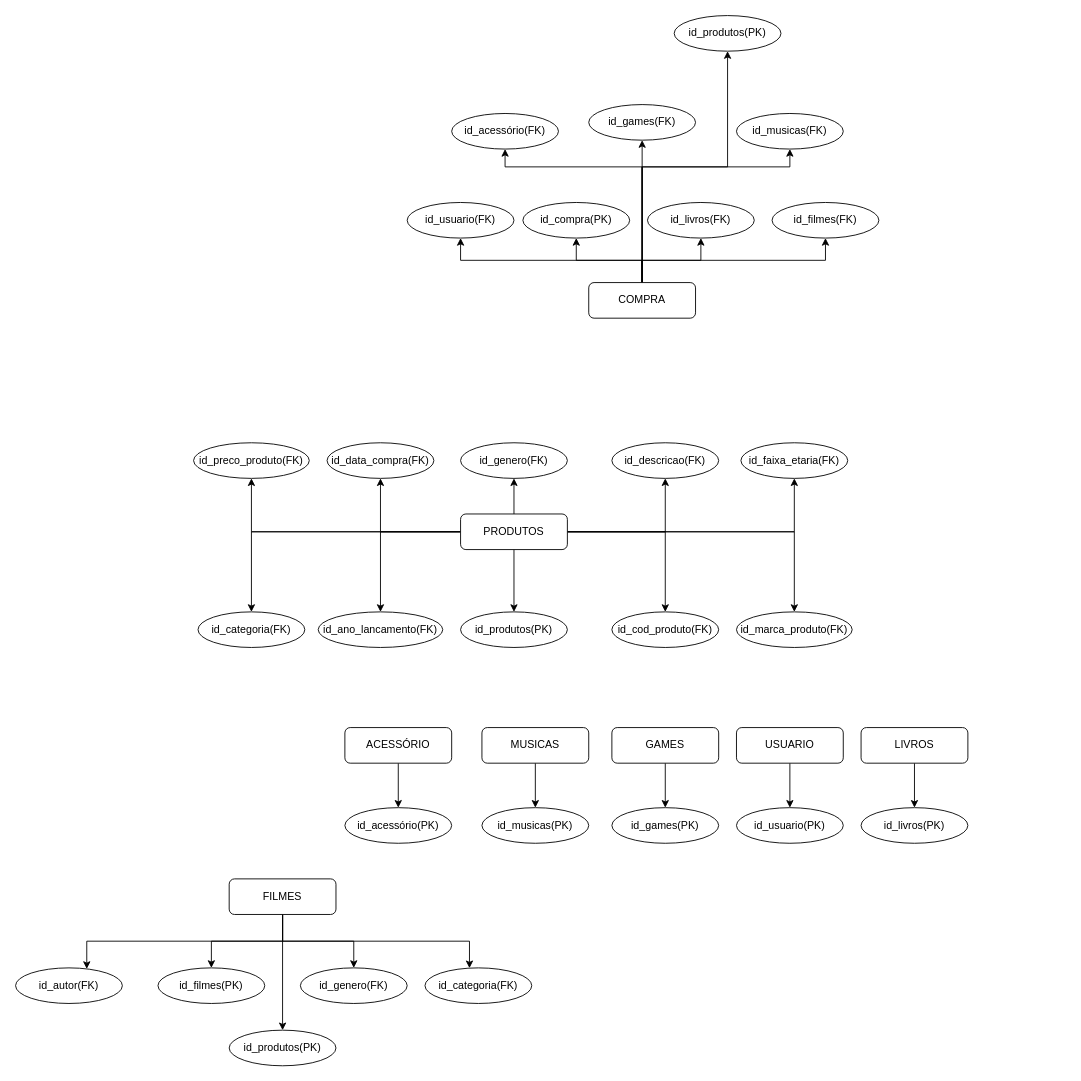
camilamelos/tiroAoAlvo keeps this draw.io diagram as LOJA.drawio. Above is the earlier version. Source tidied: cells renumbered, new cells numbered last; positions are measured from the earlier drawing's top-left corner, leaving out a move shared by most shapes. Both pictures are drawn from the tidied source at 89%, with x=0, y=0 at pixel (15, 15).
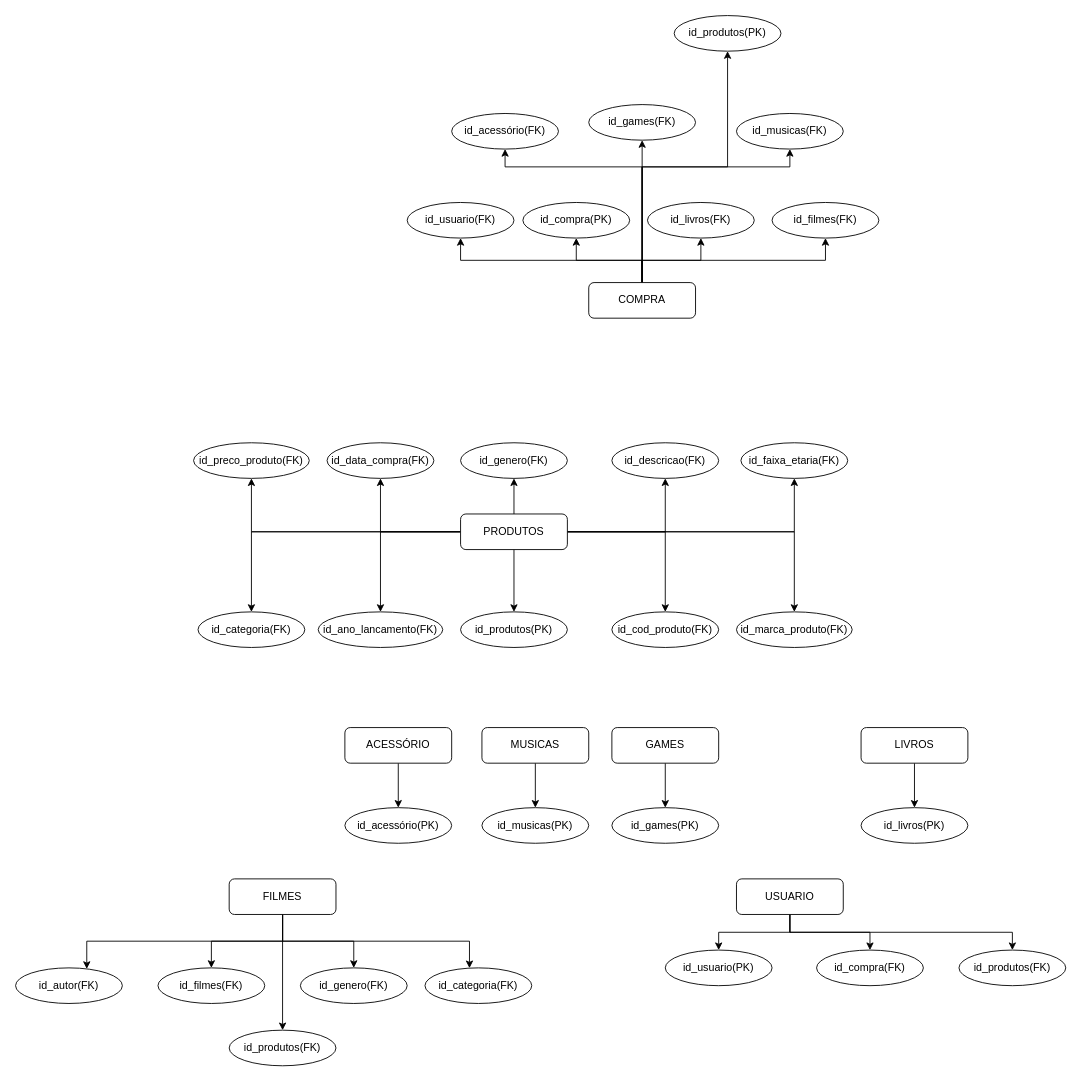
Above is the later version.

Change to the diagram source:
```diff
@@
+    <mxCell id="66" style="edgeStyle=orthogonalEdgeStyle;rounded=0;jettySize=auto;html=1;" parent="1" edge="1" source="26" target="68">
+      <mxGeometry relative="1" as="geometry" />
+    </mxCell>
+    <mxCell id="67" style="edgeStyle=orthogonalEdgeStyle;rounded=0;jettySize=auto;html=1;entryX=0.5;entryY=0;entryDx=0;entryDy=0;" parent="1" edge="1" source="26" target="69">
+      <mxGeometry relative="1" as="geometry">
+        <Array as="points">
+          <mxPoint x="870" y="1030" />
+          <mxPoint x="1120" y="1030" />
+        </Array>
+      </mxGeometry>
+    </mxCell>
     <mxCell id="26" value="USUARIO" style="rounded=1;whiteSpace=wrap;html=1;" parent="1" vertex="1">
-      <mxGeometry x="810" y="800" width="120" height="40" as="geometry" />
+      <mxGeometry x="810" y="970" width="120" height="40" as="geometry" />
     </mxCell>
@@
-    <mxCell id="36" value="id_filmes(PK)" style="ellipse;whiteSpace=wrap;html=1;" parent="1" vertex="1">
+    <mxCell id="36" value="id_filmes(FK)" style="ellipse;whiteSpace=wrap;html=1;" parent="1" vertex="1">
       <mxGeometry x="160" y="1070" width="120" height="40" as="geometry" />
     </mxCell>
@@
     <mxCell id="41" value="id_usuario(PK)" style="ellipse;whiteSpace=wrap;html=1;" parent="1" vertex="1">
-      <mxGeometry x="810" y="890" width="120" height="40" as="geometry" />
+      <mxGeometry x="730" y="1050" width="120" height="40" as="geometry" />
     </mxCell>
@@
-    <mxCell id="65" value="id_produtos(PK)" style="ellipse;whiteSpace=wrap;html=1;" parent="1" vertex="1">
+    <mxCell id="65" value="id_produtos(FK)" style="ellipse;whiteSpace=wrap;html=1;" parent="1" vertex="1">
       <mxGeometry x="240" y="1140" width="120" height="40" as="geometry" />
     </mxCell>
+    <mxCell id="68" value="id_compra(FK)" style="ellipse;whiteSpace=wrap;html=1;" parent="1" vertex="1">
+      <mxGeometry x="900" y="1050" width="120" height="40" as="geometry" />
+    </mxCell>
+    <mxCell id="69" value="id_produtos(FK)" style="ellipse;whiteSpace=wrap;html=1;" parent="1" vertex="1">
+      <mxGeometry x="1060" y="1050" width="120" height="40" as="geometry" />
+    </mxCell>
```
